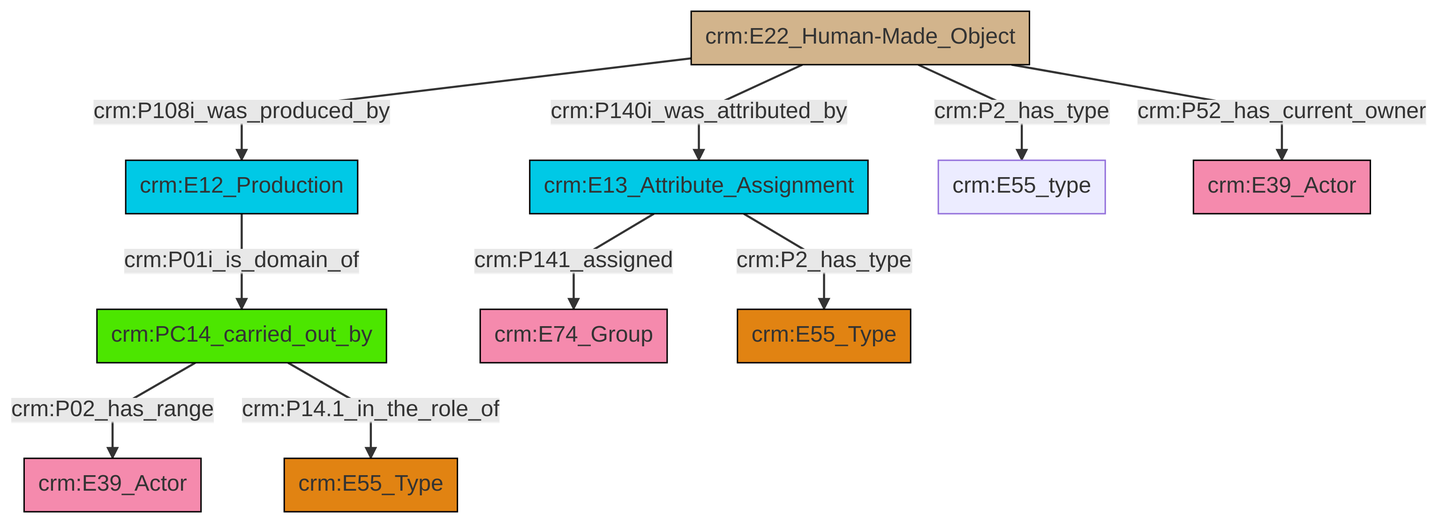
Above: et/builtWorkCSV/ttl/mmd/png/Built_Work_actor_relations.png in swiss-art-research-net/reference-data-models (Mermaid), before the change. Its source is kept beside it as et/builtWorkCSV/ttl/mmd/Built_Work_actor_relations.ttl.mmd.
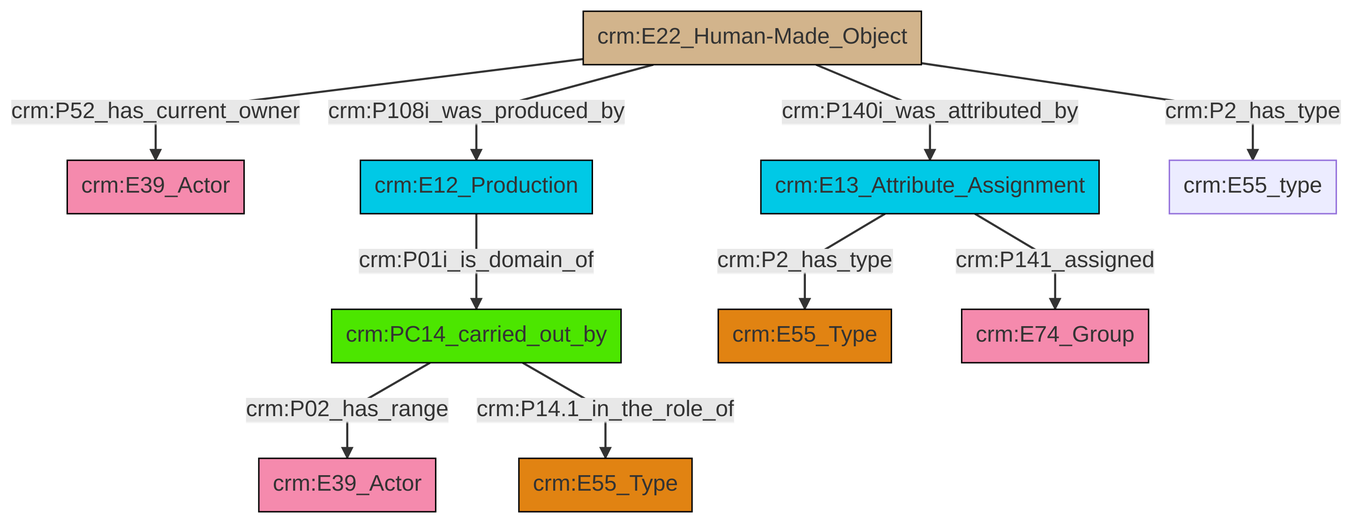
Above is the later version.

What changed in the source:
```diff
@@ -13,12 +13,12 @@
 classDef PC_Classes fill:#4ce600, stroke:#000000;
 classDef Multi fill:#cccccc,stroke:#000000;
 
-0["crm:E12_Production"]:::Temporal_Entity -->|crm:P01i_is_domain_of| 1["crm:PC14_carried_out_by"]:::PC_Classes
-1["crm:PC14_carried_out_by"]:::PC_Classes -->|crm:P02_has_range| 4["crm:E39_Actor"]:::Actor
-13["crm:E13_Attribute_Assignment"]:::Temporal_Entity -->|crm:P2_has_type| 10["crm:E55_Type"]:::Type
-13["crm:E13_Attribute_Assignment"]:::Temporal_Entity -->|crm:P141_assigned| 7["crm:E74_Group"]:::Actor
-2["crm:E22_Human-Made_Object"]:::Physical_Thing -->|crm:P2_has_type| 14["crm:E55_type"]:::Default
-2["crm:E22_Human-Made_Object"]:::Physical_Thing -->|crm:P52_has_current_owner| 15["crm:E39_Actor"]:::Actor
-1["crm:PC14_carried_out_by"]:::PC_Classes -->|crm:P14.1_in_the_role_of| 5["crm:E55_Type"]:::Type
-2["crm:E22_Human-Made_Object"]:::Physical_Thing -->|crm:P108i_was_produced_by| 0["crm:E12_Production"]:::Temporal_Entity
-2["crm:E22_Human-Made_Object"]:::Physical_Thing -->|crm:P140i_was_attributed_by| 13["crm:E13_Attribute_Assignment"]:::Temporal_Entity
+0["crm:E22_Human-Made_Object"]:::Physical_Thing -->|crm:P52_has_current_owner| 1["crm:E39_Actor"]:::Actor
+0["crm:E22_Human-Made_Object"]:::Physical_Thing -->|crm:P140i_was_attributed_by| 4["crm:E13_Attribute_Assignment"]:::Temporal_Entity
+7["crm:PC14_carried_out_by"]:::PC_Classes -->|crm:P02_has_range| 5["crm:E39_Actor"]:::Actor
+4["crm:E13_Attribute_Assignment"]:::Temporal_Entity -->|crm:P2_has_type| 8["crm:E55_Type"]:::Type
+10["crm:E12_Production"]:::Temporal_Entity -->|crm:P01i_is_domain_of| 7["crm:PC14_carried_out_by"]:::PC_Classes
+0["crm:E22_Human-Made_Object"]:::Physical_Thing -->|crm:P2_has_type| 12["crm:E55_type"]:::Default
+4["crm:E13_Attribute_Assignment"]:::Temporal_Entity -->|crm:P141_assigned| 15["crm:E74_Group"]:::Actor
+0["crm:E22_Human-Made_Object"]:::Physical_Thing -->|crm:P108i_was_produced_by| 10["crm:E12_Production"]:::Temporal_Entity
+7["crm:PC14_carried_out_by"]:::PC_Classes -->|crm:P14.1_in_the_role_of| 2["crm:E55_Type"]:::Type
```
